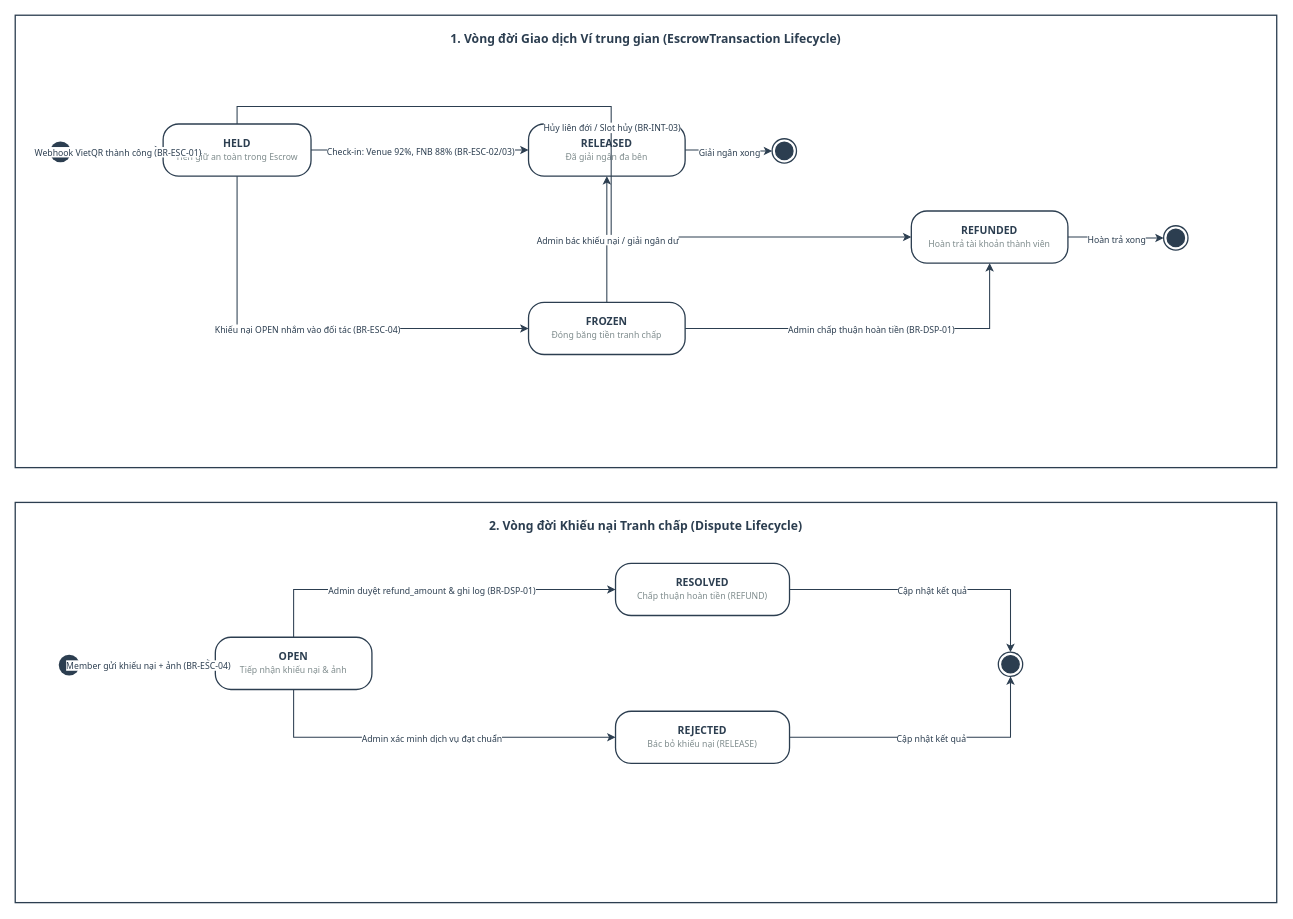
Above: page "Vòng đời Escrow & Dispute" (2 of 2) of docs/diagrams/StateMachine.drawio in Des1r3d/WebKD (draw.io), before the change. Source tidied: cells renumbered, new cells numbered last; positions are measured from the earlier drawing's top-left corner, leaving out a move shared by most shapes. Both pictures are drawn from the tidied source at 87%, with x=0, y=0 at pixel (15, 15).
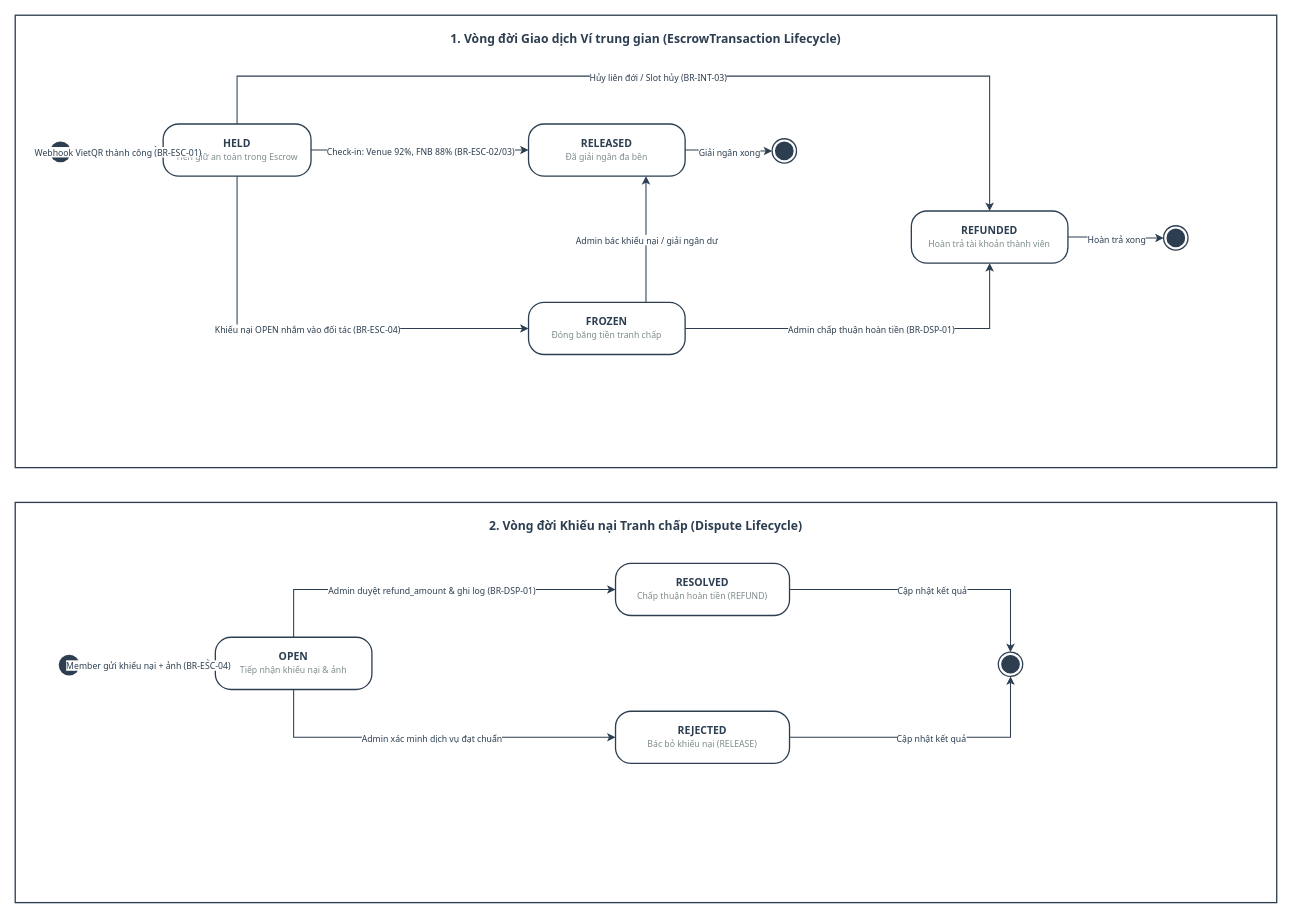
The same page after the edit.

Unchanged cells that the change refers to:
```xml
<mxCell id="4" value="&lt;b&gt;HELD&lt;/b&gt;&lt;br/&gt;&lt;font style='font-size:10px;font-weight:normal;color:#7F8C8D;'&gt;Tiền giữ an toàn trong Escrow&lt;/font&gt;" style="rounded=1;arcSize=30;whiteSpace=wrap;html=1;fillColor=#FFFFFF;strokeColor=#2C3E50;strokeWidth=1.5;fontFamily=Tahoma;fontSize=12;fontStyle=1;fontColor=#2C3E50;align=center;" parent="1" vertex="1">
  <mxGeometry x="170" y="125" width="170" height="60" as="geometry" />
</mxCell>
<mxCell id="5" value="&lt;b&gt;RELEASED&lt;/b&gt;&lt;br/&gt;&lt;font style='font-size:10px;font-weight:normal;color:#7F8C8D;'&gt;Đã giải ngân đa bên&lt;/font&gt;" style="rounded=1;arcSize=30;whiteSpace=wrap;html=1;fillColor=#FFFFFF;strokeColor=#2C3E50;strokeWidth=1.5;fontFamily=Tahoma;fontSize=12;fontStyle=1;fontColor=#2C3E50;align=center;" parent="1" vertex="1">
  <mxGeometry x="590" y="125" width="180" height="60" as="geometry" />
</mxCell>
<mxCell id="6" value="&lt;b&gt;FROZEN&lt;/b&gt;&lt;br/&gt;&lt;font style='font-size:10px;font-weight:normal;color:#7F8C8D;'&gt;Đóng băng tiền tranh chấp&lt;/font&gt;" style="rounded=1;arcSize=30;whiteSpace=wrap;html=1;fillColor=#FFFFFF;strokeColor=#2C3E50;strokeWidth=1.5;fontFamily=Tahoma;fontSize=12;fontStyle=1;fontColor=#2C3E50;align=center;" parent="1" vertex="1">
  <mxGeometry x="590" y="330" width="180" height="60" as="geometry" />
</mxCell>
<mxCell id="7" value="&lt;b&gt;REFUNDED&lt;/b&gt;&lt;br/&gt;&lt;font style='font-size:10px;font-weight:normal;color:#7F8C8D;'&gt;Hoàn trả tài khoản thành viên&lt;/font&gt;" style="rounded=1;arcSize=30;whiteSpace=wrap;html=1;fillColor=#FFFFFF;strokeColor=#2C3E50;strokeWidth=1.5;fontFamily=Tahoma;fontSize=12;fontStyle=1;fontColor=#2C3E50;align=center;" parent="1" vertex="1">
  <mxGeometry x="1030" y="225" width="180" height="60" as="geometry" />
</mxCell>
```

Diff of the diagram source:
```diff
@@
-    <mxCell id="14" style="edgeStyle=orthogonalEdgeStyle;rounded=0;jettySize=auto;html=1;endArrow=classic;endFill=1;strokeColor=#2C3E50;strokeWidth=1.2;fontFamily=Tahoma;exitX=0.5;exitY=0;exitDx=0;exitDy=0;entryX=0;entryY=0.5;entryDx=0;entryDy=0;" parent="1" edge="1" source="4" target="7">
-      <mxGeometry relative="1" as="geometry" />
+    <mxCell id="14" style="edgeStyle=orthogonalEdgeStyle;rounded=0;jettySize=auto;html=1;endArrow=classic;endFill=1;strokeColor=#2C3E50;strokeWidth=1.2;fontFamily=Tahoma;exitX=0.5;exitY=0;entryX=0.5;entryY=0;" parent="1" edge="1" source="4" target="7">
+      <mxGeometry relative="1" as="geometry">
+        <Array as="points">
+          <mxPoint x="255" y="70" />
+          <mxPoint x="1120" y="70" />
+        </Array>
+      </mxGeometry>
     </mxCell>
@@
-    <mxCell id="16" style="edgeStyle=orthogonalEdgeStyle;rounded=0;jettySize=auto;html=1;endArrow=classic;endFill=1;strokeColor=#2C3E50;strokeWidth=1.2;fontFamily=Tahoma;exitX=0.5;exitY=1;exitDx=0;exitDy=0;entryX=0;entryY=0.5;entryDx=0;entryDy=0;" parent="1" edge="1" source="4" target="6">
-      <mxGeometry relative="1" as="geometry" />
+    <mxCell id="16" style="edgeStyle=orthogonalEdgeStyle;rounded=0;jettySize=auto;html=1;endArrow=classic;endFill=1;strokeColor=#2C3E50;strokeWidth=1.2;fontFamily=Tahoma;exitX=0.5;exitY=1;entryX=0;entryY=0.5;" parent="1" edge="1" source="4" target="6">
+      <mxGeometry relative="1" as="geometry">
+        <Array as="points">
+          <mxPoint x="255" y="360" />
+        </Array>
+      </mxGeometry>
     </mxCell>
@@
-    <mxCell id="20" style="edgeStyle=orthogonalEdgeStyle;rounded=0;jettySize=auto;html=1;endArrow=classic;endFill=1;strokeColor=#2C3E50;strokeWidth=1.2;fontFamily=Tahoma;exitX=0.5;exitY=0;exitDx=0;exitDy=0;entryX=0.5;entryY=1;entryDx=0;entryDy=0;" parent="1" edge="1" source="6" target="5">
+    <mxCell id="20" style="edgeStyle=orthogonalEdgeStyle;rounded=0;jettySize=auto;html=1;endArrow=classic;endFill=1;strokeColor=#2C3E50;strokeWidth=1.2;fontFamily=Tahoma;exitX=0.75;exitY=0;entryX=0.75;entryY=1;" parent="1" edge="1" source="6" target="5">
       <mxGeometry relative="1" as="geometry" />
     </mxCell>
```
